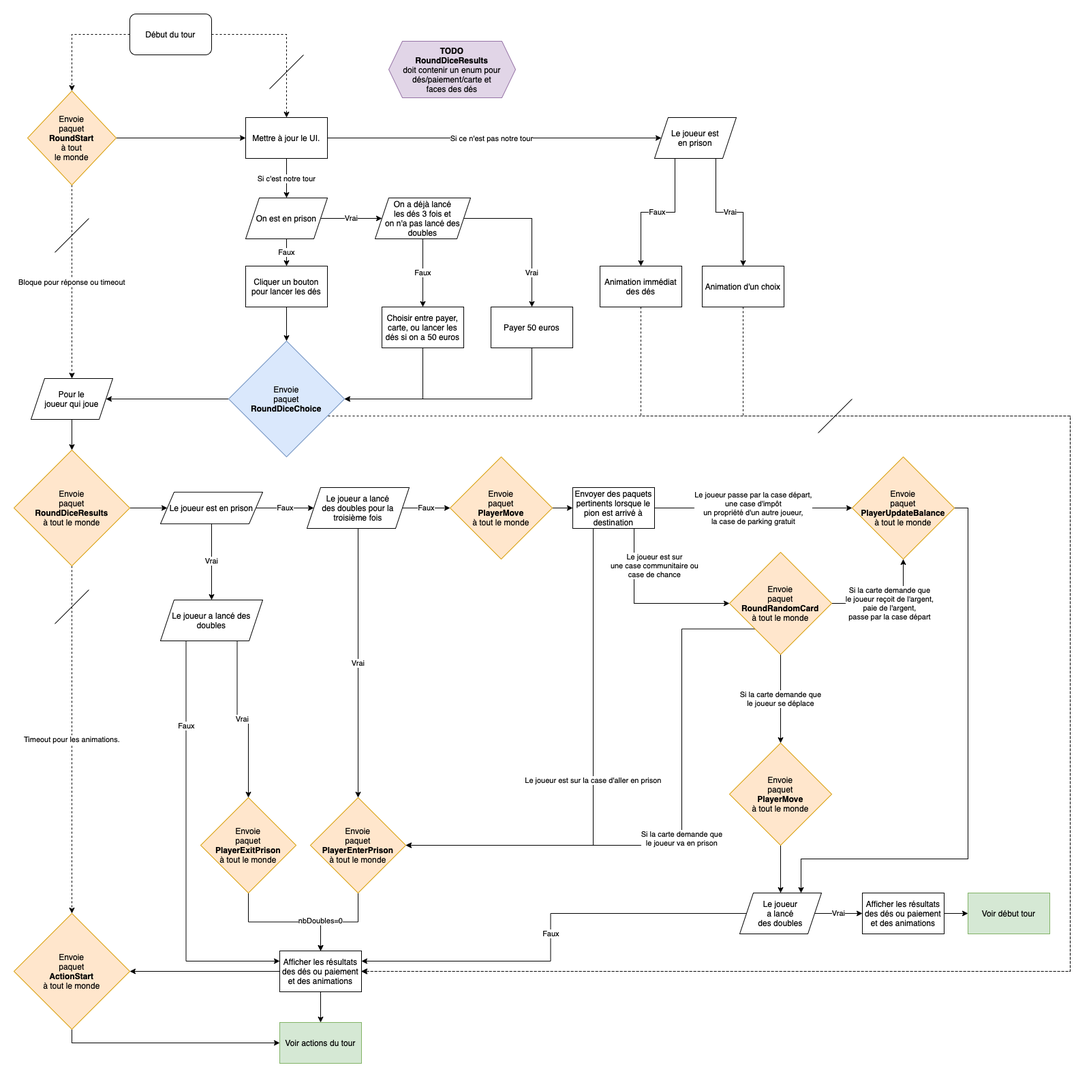
Before: docs/source/images/debut_tour_schema.png, a diagram exported from draw.io (3A-Unistra/Server). Source tidied: cells renumbered, new cells last; positions are measured from the earlier drawing's top-left corner, leaving out a move shared by most shapes.
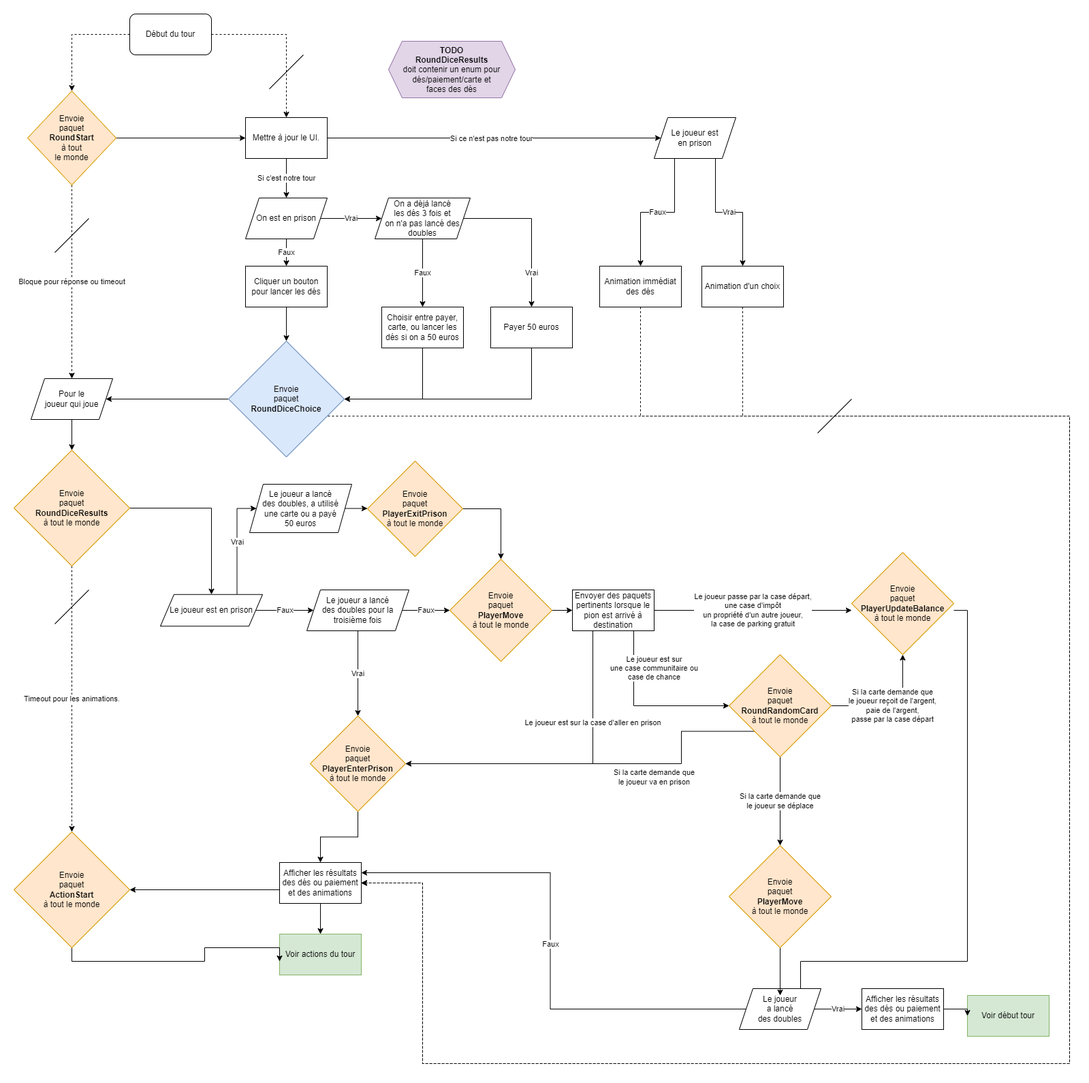
Later version of the same file.

Diff of the diagram source:
```diff
@@ -48,3 +48,5 @@
           <mxPoint x="1550" y="590" />
-          <mxPoint x="1550" y="1405" />
+          <mxPoint x="1550" y="1540" />
+          <mxPoint x="600" y="1540" />
+          <mxPoint x="600" y="1275" />
         </Array>
@@ -81,10 +83,12 @@
       <mxGeometry relative="1" as="geometry">
-        <mxPoint x="400" y="1400" as="targetPoint" />
+        <mxPoint x="400" y="1270" as="targetPoint" />
       </mxGeometry>
     </mxCell>
-    <mxCell id="24" style="edgeStyle=orthogonalEdgeStyle;rounded=0;jettySize=auto;html=1;exitX=0;exitY=0.5;exitDx=0;exitDy=0;entryX=1;entryY=0.5;entryDx=0;entryDy=0;" parent="1" edge="1" source="25" target="44">
-      <mxGeometry relative="1" as="geometry" />
+    <mxCell id="24" style="edgeStyle=orthogonalEdgeStyle;rounded=0;jettySize=auto;html=1;exitX=0;exitY=0.5;exitDx=0;exitDy=0;entryX=1;entryY=0.5;entryDx=0;entryDy=0;" parent="1" edge="1" target="44">
+      <mxGeometry relative="1" as="geometry">
+        <mxPoint x="390" y="1285" as="sourcePoint" />
+      </mxGeometry>
     </mxCell>
     <mxCell id="25" value="Afficher les résultats des dés ou paiement et des animations" style="rounded=0;whiteSpace=wrap;html=1;" parent="1" vertex="1">
-      <mxGeometry x="390" y="1375" width="120" height="60" as="geometry" />
+      <mxGeometry x="390" y="1245" width="120" height="60" as="geometry" />
     </mxCell>
@@ -97,3 +101,3 @@
     <mxCell id="28" value="Voir actions du tour" style="rounded=0;whiteSpace=wrap;html=1;fillColor=#d5e8d4;strokeColor=#82b366;" parent="1" vertex="1">
-      <mxGeometry x="390" y="1480" width="120" height="60" as="geometry" />
+      <mxGeometry x="390" y="1350" width="120" height="60" as="geometry" />
     </mxCell>
@@ -104,3 +108,5 @@
           <mxPoint x="1550" y="590" />
-          <mxPoint x="1550" y="1405" />
+          <mxPoint x="1550" y="1540" />
+          <mxPoint x="600" y="1540" />
+          <mxPoint x="600" y="1275" />
         </Array>
@@ -140,3 +146,5 @@
           <mxPoint x="1550" y="590" />
-          <mxPoint x="1550" y="1405" />
+          <mxPoint x="1550" y="1540" />
+          <mxPoint x="600" y="1540" />
+          <mxPoint x="600" y="1275" />
         </Array>
@@ -156,7 +164,9 @@
     </mxCell>
-    <mxCell id="43" style="edgeStyle=orthogonalEdgeStyle;rounded=0;jettySize=auto;html=1;exitX=0.5;exitY=1;exitDx=0;exitDy=0;entryX=0;entryY=0.5;entryDx=0;entryDy=0;" parent="1" edge="1" source="44" target="28">
-      <mxGeometry relative="1" as="geometry" />
+    <mxCell id="43" style="edgeStyle=orthogonalEdgeStyle;rounded=0;jettySize=auto;html=1;exitX=0.5;exitY=1;exitDx=0;exitDy=0;entryX=0;entryY=0.5;entryDx=0;entryDy=0;" parent="1" edge="1" source="44">
+      <mxGeometry relative="1" as="geometry">
+        <mxPoint x="390" y="1390" as="targetPoint" />
+      </mxGeometry>
     </mxCell>
     <mxCell id="44" value="Envoie&lt;br&gt;paquet&lt;br&gt;&lt;b&gt;ActionStart&lt;br&gt;&lt;/b&gt;à tout le monde" style="rhombus;whiteSpace=wrap;html=1;fillColor=#ffe6cc;strokeColor=#d79b00;" parent="1" vertex="1">
-      <mxGeometry y="1320" width="170" height="170" as="geometry" />
+      <mxGeometry y="1200" width="170" height="170" as="geometry" />
     </mxCell>
@@ -187,3 +197,3 @@
     <mxCell id="52" value="Envoie&lt;br&gt;paquet&lt;br&gt;&lt;b&gt;PlayerEnterPrison&lt;br&gt;&lt;/b&gt;à tout le monde" style="rhombus;whiteSpace=wrap;html=1;fillColor=#ffe6cc;strokeColor=#d79b00;" parent="1" vertex="1">
-      <mxGeometry x="435" y="1150" width="140" height="140" as="geometry" />
+      <mxGeometry x="435" y="1030" width="140" height="140" as="geometry" />
     </mxCell>
@@ -192,20 +202,24 @@
     </mxCell>
-    <mxCell id="54" value="Faux" style="edgeStyle=orthogonalEdgeStyle;rounded=0;jettySize=auto;html=1;exitX=1;exitY=0.5;exitDx=0;exitDy=0;entryX=0;entryY=0.5;entryDx=0;entryDy=0;" parent="1" edge="1" source="55" target="81">
-      <mxGeometry relative="1" as="geometry" />
+    <mxCell id="54" value="Faux" style="edgeStyle=orthogonalEdgeStyle;rounded=0;jettySize=auto;html=1;exitX=1;exitY=0.5;exitDx=0;exitDy=0;entryX=0;entryY=0.5;entryDx=0;entryDy=0;" parent="1" edge="1" source="55">
+      <mxGeometry relative="1" as="geometry">
+        <mxPoint x="640" y="875" as="targetPoint" />
+      </mxGeometry>
     </mxCell>
     <mxCell id="55" value="&lt;div&gt;Le joueur a lancé&lt;/div&gt;&lt;div&gt;des doubles pour la troisième fois&lt;/div&gt;" style="shape=parallelogram;perimeter=parallelogramPerimeter;whiteSpace=wrap;html=1;fixedSize=1;" parent="1" vertex="1">
-      <mxGeometry x="430" y="695" width="150" height="60" as="geometry" />
+      <mxGeometry x="430" y="845" width="150" height="60" as="geometry" />
     </mxCell>
-    <mxCell id="56" value="nbDoubles=0" style="edgeStyle=orthogonalEdgeStyle;rounded=0;jettySize=auto;html=1;exitX=0.5;exitY=1;exitDx=0;exitDy=0;entryX=0.5;entryY=0;entryDx=0;entryDy=0;" parent="1" edge="1" source="57" target="25">
-      <mxGeometry x="0.55" relative="1" as="geometry" />
-    </mxCell>
+    <mxCell id="84" style="edgeStyle=orthogonalEdgeStyle;rounded=0;jettySize=auto;html=1;exitX=1;exitY=0.5;exitDx=0;exitDy=0;entryX=0.5;entryY=0;entryDx=0;entryDy=0;" parent="1" edge="1" source="57" target="81">
+      <mxGeometry relative="1" as="geometry" />
+    </mxCell>
     <mxCell id="57" value="Envoie&lt;br&gt;paquet&lt;br&gt;&lt;b&gt;PlayerExitPrison&lt;br&gt;&lt;/b&gt;à tout le monde" style="rhombus;whiteSpace=wrap;html=1;fillColor=#ffe6cc;strokeColor=#d79b00;" parent="1" vertex="1">
-      <mxGeometry x="274" y="1150" width="140" height="140" as="geometry" />
+      <mxGeometry x="519" y="656" width="140" height="140" as="geometry" />
     </mxCell>
-    <mxCell id="58" style="edgeStyle=orthogonalEdgeStyle;rounded=0;jettySize=auto;html=1;exitX=1;exitY=0.5;exitDx=0;exitDy=0;entryX=0.75;entryY=0;entryDx=0;entryDy=0;" parent="1" edge="1" source="59" target="72">
+    <mxCell id="58" style="edgeStyle=orthogonalEdgeStyle;rounded=0;orthogonalLoop=1;jettySize=auto;html=1;exitX=1;exitY=0.5;exitDx=0;exitDy=0;entryX=0.75;entryY=0;entryDx=0;entryDy=0;" parent="1" edge="1">
       <mxGeometry relative="1" as="geometry">
+        <mxPoint x="1380" y="875" as="sourcePoint" />
+        <mxPoint x="1155" y="1440" as="targetPoint" />
         <Array as="points">
-          <mxPoint x="1400" y="725" />
-          <mxPoint x="1400" y="1240" />
-          <mxPoint x="1155" y="1240" />
+          <mxPoint x="1400" y="875" />
+          <mxPoint x="1400" y="1390" />
+          <mxPoint x="1155" y="1390" />
         </Array>
@@ -214,6 +228,6 @@
     <mxCell id="59" value="Envoie&lt;br&gt;paquet&lt;br&gt;&lt;b&gt;PlayerUpdateBalance&lt;br&gt;&lt;/b&gt;à tout le monde" style="rhombus;whiteSpace=wrap;html=1;fillColor=#ffe6cc;strokeColor=#d79b00;" parent="1" vertex="1">
-      <mxGeometry x="1230" y="650" width="150" height="150" as="geometry" />
+      <mxGeometry x="1230" y="790" width="150" height="150" as="geometry" />
     </mxCell>
     <mxCell id="60" value="Le joueur est sur la case d'aller en prison" style="edgeStyle=orthogonalEdgeStyle;rounded=0;jettySize=auto;html=1;exitX=0.25;exitY=1;exitDx=0;exitDy=0;entryX=1;entryY=0.5;entryDx=0;entryDy=0;" parent="1" edge="1" source="63" target="52">
-      <mxGeometry relative="1" as="geometry" />
+      <mxGeometry x="-0.43" relative="1" as="geometry" />
     </mxCell>
@@ -222,25 +236,28 @@
     </mxCell>
-    <mxCell id="62" value="Le joueur passe par la case départ,&#10;une case d'impôt&#10;un propriété d'un autre joueur,&#10;la case de parking gratuit" style="edgeStyle=orthogonalEdgeStyle;rounded=0;jettySize=auto;html=1;exitX=1;exitY=0.5;exitDx=0;exitDy=0;entryX=0;entryY=0.5;entryDx=0;entryDy=0;" parent="1" edge="1" source="63" target="59">
-      <mxGeometry relative="1" as="geometry" />
+    <mxCell id="62" value="Le joueur passe par la case départ,&#10;une case d'impôt&#10;un propriété d'un autre joueur,&#10;la case de parking gratuit" style="edgeStyle=orthogonalEdgeStyle;rounded=0;jettySize=auto;html=1;exitX=1;exitY=0.5;exitDx=0;exitDy=0;entryX=0;entryY=0.5;entryDx=0;entryDy=0;" parent="1" edge="1" source="63">
+      <mxGeometry relative="1" as="geometry">
+        <mxPoint x="1230" y="875" as="targetPoint" />
+      </mxGeometry>
     </mxCell>
     <mxCell id="63" value="Envoyer des paquets pertinents lorsque le pion est arrivé à destination" style="rounded=0;whiteSpace=wrap;html=1;" parent="1" vertex="1">
-      <mxGeometry x="820" y="695" width="120" height="60" as="geometry" />
+      <mxGeometry x="820" y="845" width="120" height="60" as="geometry" />
     </mxCell>
+    <mxCell id="65" value="Faux" style="edgeStyle=orthogonalEdgeStyle;rounded=0;jettySize=auto;html=1;exitX=1;exitY=0.5;exitDx=0;exitDy=0;entryX=0;entryY=0.5;entryDx=0;entryDy=0;" parent="1" edge="1" source="66" target="55">
+      <mxGeometry relative="1" as="geometry" />
+    </mxCell>
-    <mxCell id="64" value="Vrai" style="edgeStyle=orthogonalEdgeStyle;rounded=0;jettySize=auto;html=1;exitX=0.5;exitY=1;exitDx=0;exitDy=0;entryX=0.5;entryY=0;entryDx=0;entryDy=0;" parent="1" edge="1" source="66" target="69">
-      <mxGeometry relative="1" as="geometry" />
+    <mxCell id="64" value="Vrai" style="edgeStyle=orthogonalEdgeStyle;rounded=0;jettySize=auto;html=1;exitX=0.75;exitY=0;exitDx=0;exitDy=0;entryX=0;entryY=0.5;entryDx=0;entryDy=0;" parent="1" edge="1" source="66" target="69">
+      <mxGeometry relative="1" as="geometry">
+        <Array as="points">
+          <mxPoint x="328" y="726" />
+        </Array>
+      </mxGeometry>
     </mxCell>
-    <mxCell id="65" value="Faux" style="edgeStyle=orthogonalEdgeStyle;rounded=0;jettySize=auto;html=1;exitX=1;exitY=0.5;exitDx=0;exitDy=0;entryX=0;entryY=0.5;entryDx=0;entryDy=0;" parent="1" edge="1" source="66" target="55">
-      <mxGeometry relative="1" as="geometry" />
-    </mxCell>
     <mxCell id="66" value="Le joueur est en prison" style="shape=parallelogram;perimeter=parallelogramPerimeter;whiteSpace=wrap;html=1;fixedSize=1;" parent="1" vertex="1">
-      <mxGeometry x="215" y="701.8" width="150" height="46.5" as="geometry" />
+      <mxGeometry x="215" y="851.8" width="150" height="46.5" as="geometry" />
     </mxCell>
-    <mxCell id="67" value="Vrai" style="edgeStyle=orthogonalEdgeStyle;rounded=0;jettySize=auto;html=1;exitX=0.75;exitY=1;exitDx=0;exitDy=0;entryX=0.5;entryY=0;entryDx=0;entryDy=0;" parent="1" edge="1" source="69" target="57">
+    <mxCell id="67" style="edgeStyle=orthogonalEdgeStyle;rounded=0;jettySize=auto;html=1;exitX=1;exitY=0.5;exitDx=0;exitDy=0;entryX=0;entryY=0.5;entryDx=0;entryDy=0;" parent="1" edge="1" source="69" target="57">
       <mxGeometry relative="1" as="geometry" />
     </mxCell>
-    <mxCell id="68" value="Faux" style="edgeStyle=orthogonalEdgeStyle;rounded=0;jettySize=auto;html=1;exitX=0.25;exitY=1;exitDx=0;exitDy=0;entryX=0;entryY=0.25;entryDx=0;entryDy=0;" parent="1" edge="1" source="69" target="25">
-      <mxGeometry x="-0.58" relative="1" as="geometry" />
-    </mxCell>
-    <mxCell id="69" value="Le joueur a lancé des doubles" style="shape=parallelogram;perimeter=parallelogramPerimeter;whiteSpace=wrap;html=1;fixedSize=1;" parent="1" vertex="1">
-      <mxGeometry x="215" y="860" width="150" height="60" as="geometry" />
+    <mxCell id="69" value="Le joueur a lancé&lt;br&gt;des doubles, a utilisé&lt;br&gt;une&amp;nbsp;carte ou a payé&lt;br&gt;50 euros" style="shape=parallelogram;perimeter=parallelogramPerimeter;whiteSpace=wrap;html=1;fixedSize=1;" parent="1" vertex="1">
+      <mxGeometry x="346" y="690" width="150" height="71" as="geometry" />
     </mxCell>
@@ -253,12 +270,12 @@
     <mxCell id="72" value="Le joueur&lt;br&gt;a lancé&lt;br&gt;des doubles" style="shape=parallelogram;perimeter=parallelogramPerimeter;whiteSpace=wrap;html=1;fixedSize=1;" parent="1" vertex="1">
-      <mxGeometry x="1065" y="1290" width="120" height="60" as="geometry" />
+      <mxGeometry x="1065" y="1430" width="120" height="60" as="geometry" />
     </mxCell>
     <mxCell id="73" value="Voir début tour" style="rounded=0;whiteSpace=wrap;html=1;fillColor=#d5e8d4;strokeColor=#82b366;" parent="1" vertex="1">
-      <mxGeometry x="1400" y="1290" width="120" height="60" as="geometry" />
+      <mxGeometry x="1400" y="1440" width="120" height="60" as="geometry" />
     </mxCell>
     <mxCell id="74" value="Si la carte demande que&lt;br&gt;le joueur va en prison" style="edgeStyle=orthogonalEdgeStyle;rounded=0;jettySize=auto;html=1;exitX=0;exitY=1;exitDx=0;exitDy=0;entryX=1;entryY=0.5;entryDx=0;entryDy=0;" parent="1" edge="1" source="77" target="52">
-      <mxGeometry relative="1" as="geometry">
+      <mxGeometry x="-0.3" y="20" relative="1" as="geometry">
         <Array as="points">
-          <mxPoint x="980" y="903" />
-          <mxPoint x="980" y="1220" />
+          <mxPoint x="980" y="1052" />
+          <mxPoint x="980" y="1100" />
         </Array>
@@ -269,3 +286,3 @@
     </mxCell>
-    <mxCell id="76" value="Si la carte demande que&#10;le joueur reçoit de l'argent,&#10;paie de l'argent,&#10;passe par la case départ" style="edgeStyle=orthogonalEdgeStyle;rounded=0;jettySize=auto;html=1;exitX=1;exitY=0.5;exitDx=0;exitDy=0;entryX=0.5;entryY=1;entryDx=0;entryDy=0;" parent="1" edge="1" source="77" target="59">
+    <mxCell id="76" value="&lt;span style=&quot;color: rgb(0, 0, 0); font-family: helvetica; font-size: 11px; font-style: normal; font-weight: normal; letter-spacing: normal; text-align: center; text-indent: 0px; text-transform: none; word-spacing: 0px; background-color: rgb(255, 255, 255); text-decoration: none; display: inline; float: none;&quot;&gt;Si la carte demande que&lt;/span&gt;&lt;br style=&quot;color: rgb(0, 0, 0); font-family: helvetica; font-size: 11px; font-style: normal; font-weight: normal; letter-spacing: normal; text-align: center; text-indent: 0px; text-transform: none; word-spacing: 0px; background-color: rgb(255, 255, 255); text-decoration: none;&quot;&gt;&lt;span style=&quot;color: rgb(0, 0, 0); font-family: helvetica; font-size: 11px; font-style: normal; font-weight: normal; letter-spacing: normal; text-align: center; text-indent: 0px; text-transform: none; word-spacing: 0px; background-color: rgb(255, 255, 255); text-decoration: none; display: inline; float: none;&quot;&gt;le joueur reçoit de l'argent,&lt;/span&gt;&lt;br style=&quot;color: rgb(0, 0, 0); font-family: helvetica; font-size: 11px; font-style: normal; font-weight: normal; letter-spacing: normal; text-align: center; text-indent: 0px; text-transform: none; word-spacing: 0px; background-color: rgb(255, 255, 255); text-decoration: none;&quot;&gt;&lt;span style=&quot;color: rgb(0, 0, 0); font-family: helvetica; font-size: 11px; font-style: normal; font-weight: normal; letter-spacing: normal; text-align: center; text-indent: 0px; text-transform: none; word-spacing: 0px; background-color: rgb(255, 255, 255); text-decoration: none; display: inline; float: none;&quot;&gt;paie de l'argent,&lt;/span&gt;&lt;br style=&quot;color: rgb(0, 0, 0); font-family: helvetica; font-size: 11px; font-style: normal; font-weight: normal; letter-spacing: normal; text-align: center; text-indent: 0px; text-transform: none; word-spacing: 0px; background-color: rgb(255, 255, 255); text-decoration: none;&quot;&gt;&lt;span style=&quot;color: rgb(0, 0, 0); font-family: helvetica; font-size: 11px; font-style: normal; font-weight: normal; letter-spacing: normal; text-align: center; text-indent: 0px; text-transform: none; word-spacing: 0px; background-color: rgb(255, 255, 255); text-decoration: none; display: inline; float: none;&quot;&gt;passe par la case départ&lt;/span&gt;" style="edgeStyle=orthogonalEdgeStyle;rounded=0;jettySize=auto;html=1;exitX=1;exitY=0.5;exitDx=0;exitDy=0;entryX=0.5;entryY=1;entryDx=0;entryDy=0;" parent="1" edge="1" source="77" target="59">
       <mxGeometry relative="1" as="geometry" />
@@ -273,15 +290,19 @@
     <mxCell id="77" value="Envoie&lt;br&gt;paquet&lt;br&gt;&lt;b&gt;RoundRandomCard&lt;br&gt;&lt;/b&gt;à tout le monde" style="rhombus;whiteSpace=wrap;html=1;fillColor=#ffe6cc;strokeColor=#d79b00;" parent="1" vertex="1">
-      <mxGeometry x="1050" y="790" width="150" height="150" as="geometry" />
+      <mxGeometry x="1050" y="940" width="150" height="150" as="geometry" />
     </mxCell>
-    <mxCell id="78" style="edgeStyle=orthogonalEdgeStyle;rounded=0;jettySize=auto;html=1;exitX=0.5;exitY=1;exitDx=0;exitDy=0;" parent="1" edge="1" source="79" target="72">
-      <mxGeometry relative="1" as="geometry" />
+    <mxCell id="78" style="edgeStyle=orthogonalEdgeStyle;rounded=0;jettySize=auto;html=1;exitX=0.5;exitY=1;exitDx=0;exitDy=0;" parent="1" edge="1" source="79">
+      <mxGeometry relative="1" as="geometry">
+        <mxPoint x="1125" y="1440" as="targetPoint" />
+      </mxGeometry>
     </mxCell>
     <mxCell id="79" value="Envoie&lt;br&gt;paquet&lt;br&gt;&lt;b&gt;PlayerMove&lt;br&gt;&lt;/b&gt;à tout le monde" style="rhombus;whiteSpace=wrap;html=1;fillColor=#ffe6cc;strokeColor=#d79b00;" parent="1" vertex="1">
-      <mxGeometry x="1050" y="1070" width="150" height="150" as="geometry" />
+      <mxGeometry x="1050" y="1220" width="150" height="150" as="geometry" />
     </mxCell>
-    <mxCell id="80" style="edgeStyle=orthogonalEdgeStyle;rounded=0;jettySize=auto;html=1;exitX=1;exitY=0.5;exitDx=0;exitDy=0;entryX=0;entryY=0.5;entryDx=0;entryDy=0;" parent="1" edge="1" source="81" target="63">
-      <mxGeometry relative="1" as="geometry" />
+    <mxCell id="80" style="edgeStyle=orthogonalEdgeStyle;rounded=0;jettySize=auto;html=1;exitX=1;exitY=0.5;exitDx=0;exitDy=0;entryX=0;entryY=0.5;entryDx=0;entryDy=0;" parent="1" edge="1" target="63">
+      <mxGeometry relative="1" as="geometry">
+        <mxPoint x="790" y="875" as="sourcePoint" />
+      </mxGeometry>
     </mxCell>
     <mxCell id="81" value="Envoie&lt;br&gt;paquet&lt;br&gt;&lt;b&gt;PlayerMove&lt;br&gt;&lt;/b&gt;à tout le monde" style="rhombus;whiteSpace=wrap;html=1;fillColor=#ffe6cc;strokeColor=#d79b00;" parent="1" vertex="1">
-      <mxGeometry x="640" y="650" width="150" height="150" as="geometry" />
+      <mxGeometry x="640" y="800" width="150" height="150" as="geometry" />
     </mxCell>
@@ -291,4 +312,7 @@
     <mxCell id="83" value="Afficher les résultats des dés ou paiement et des animations" style="rounded=0;whiteSpace=wrap;html=1;" parent="1" vertex="1">
-      <mxGeometry x="1245" y="1290" width="120" height="60" as="geometry" />
+      <mxGeometry x="1245" y="1430" width="120" height="60" as="geometry" />
     </mxCell>
+    <mxCell id="85" style="edgeStyle=orthogonalEdgeStyle;rounded=0;orthogonalLoop=1;jettySize=auto;html=1;exitX=0.5;exitY=1;exitDx=0;exitDy=0;" parent="1" edge="1" source="57" target="57">
+      <mxGeometry relative="1" as="geometry" />
+    </mxCell>
   </root>
```
